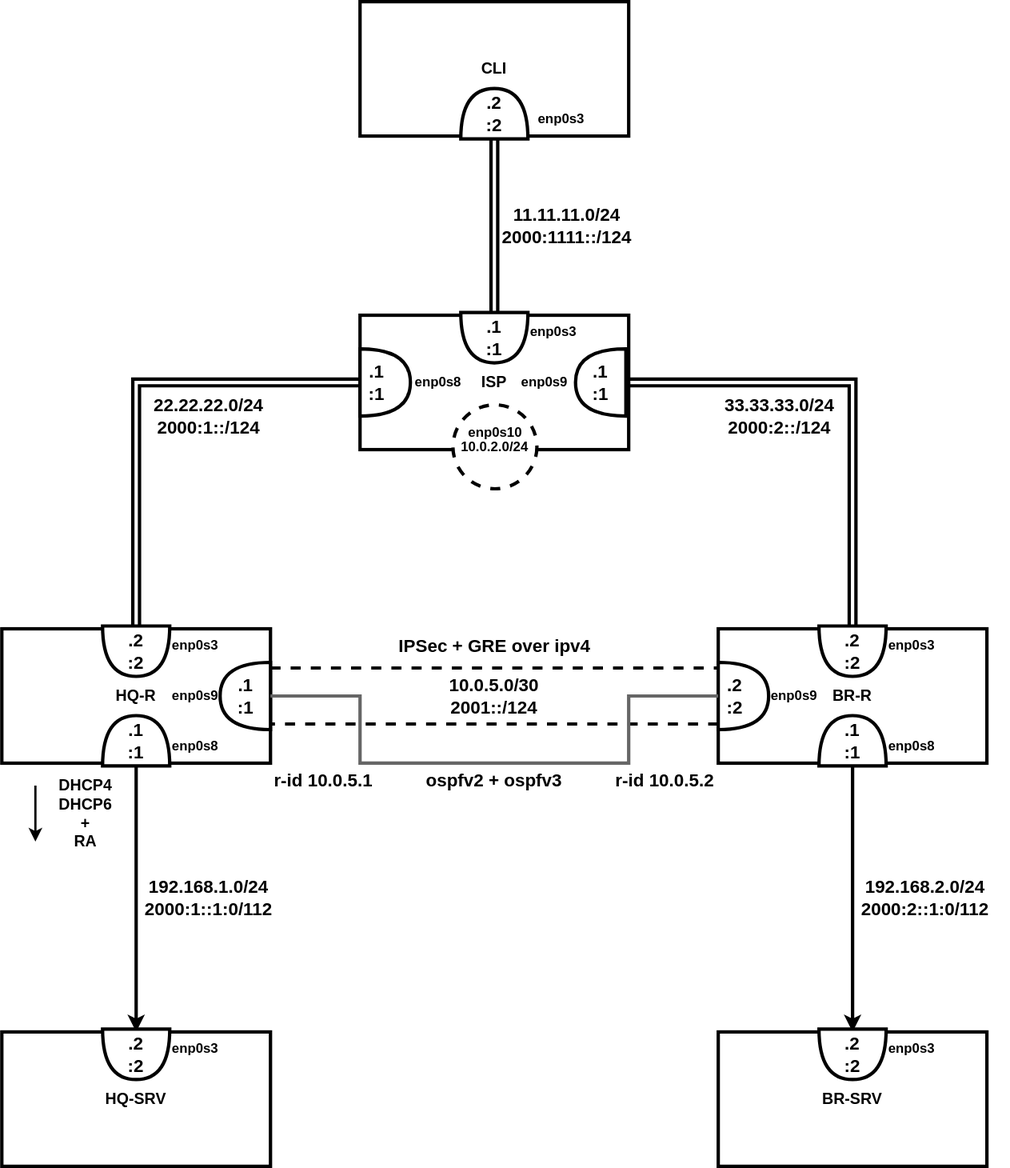
This is demo.svg from Ivashkka/demo_exam, a draw.io export, as it was before one commit. Source tidied: cells renumbered, new cells last; positions are measured from the earlier drawing's top-left corner, leaving out a move shared by most shapes.
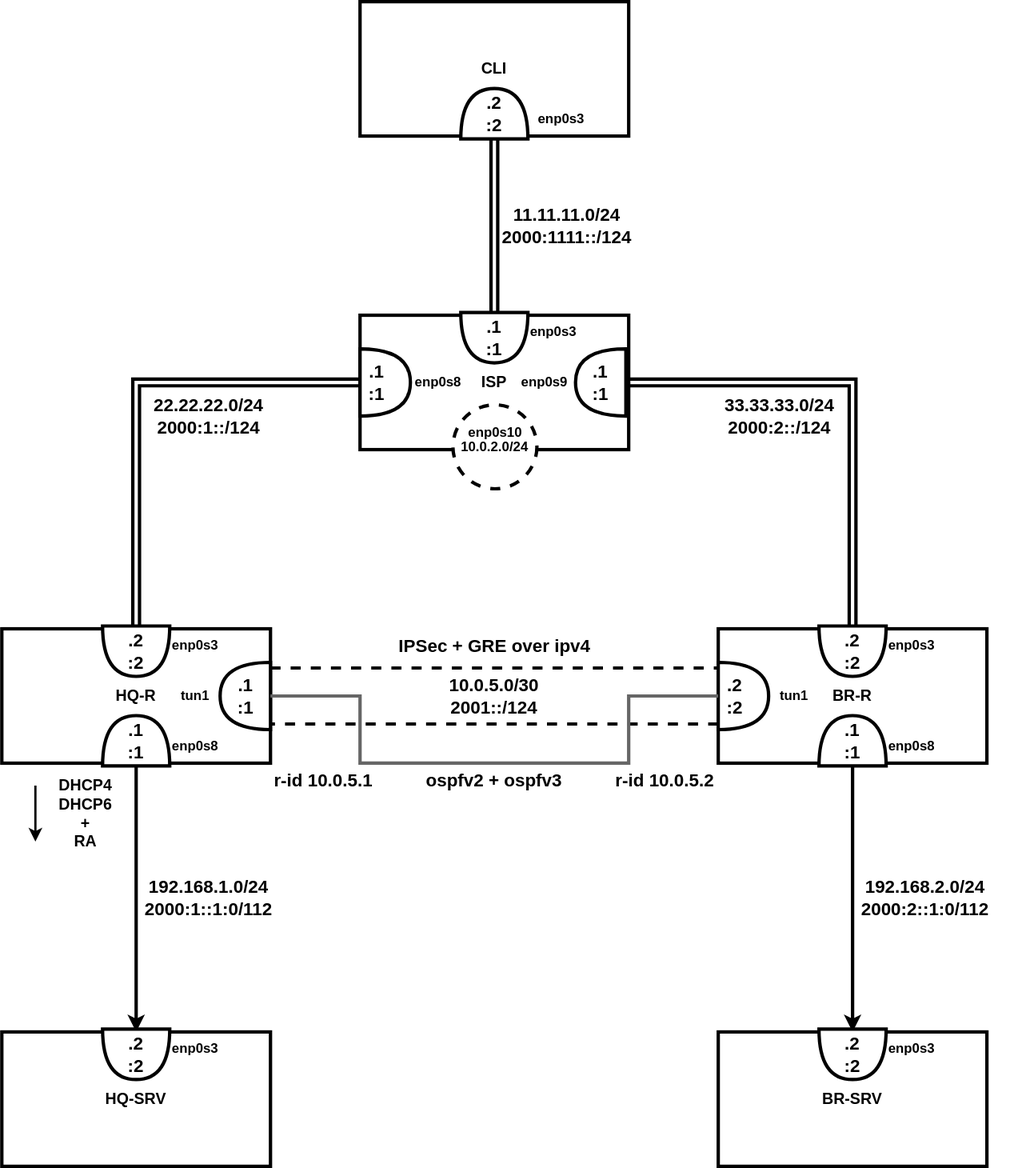
After the change.

The edit, as a diff of the source:
```diff
@@ -169,10 +169,10 @@
     <mxCell id="54" value="&lt;b style=&quot;border-color: var(--border-color);&quot;&gt;enp0s3&lt;/b&gt;" style="text;html=1;strokeColor=none;fillColor=none;align=center;verticalAlign=middle;whiteSpace=wrap;rounded=0;" parent="1" vertex="1">
       <mxGeometry x="782.5" y="920" width="60" height="30" as="geometry" />
     </mxCell>
-    <mxCell id="55" value="&lt;b style=&quot;border-color: var(--border-color);&quot;&gt;enp0s9&lt;/b&gt;" style="text;html=1;strokeColor=none;fillColor=none;align=center;verticalAlign=middle;whiteSpace=wrap;rounded=0;" parent="1" vertex="1">
+    <mxCell id="55" value="&lt;b style=&quot;border-color: var(--border-color);&quot;&gt;tun1&lt;/b&gt;" style="text;html=1;strokeColor=none;fillColor=none;align=center;verticalAlign=middle;whiteSpace=wrap;rounded=0;" parent="1" vertex="1">
       <mxGeometry x="677.5" y="605" width="60" height="30" as="geometry" />
     </mxCell>
-    <mxCell id="56" value="&lt;b style=&quot;border-color: var(--border-color);&quot;&gt;enp0s9&lt;/b&gt;" style="text;html=1;strokeColor=none;fillColor=none;align=center;verticalAlign=middle;whiteSpace=wrap;rounded=0;" parent="1" vertex="1">
+    <mxCell id="56" value="&lt;b style=&quot;border-color: var(--border-color);&quot;&gt;tun1&lt;/b&gt;" style="text;html=1;strokeColor=none;fillColor=none;align=center;verticalAlign=middle;whiteSpace=wrap;rounded=0;" parent="1" vertex="1">
       <mxGeometry x="142.5" y="605" width="60" height="30" as="geometry" />
     </mxCell>
     <mxCell id="57" value="&lt;font style=&quot;font-size: 16px;&quot;&gt;&lt;b&gt;IPSec + GRE over ipv4&lt;/b&gt;&lt;/font&gt;" style="text;html=1;strokeColor=none;fillColor=none;align=center;verticalAlign=middle;whiteSpace=wrap;rounded=0;" parent="1" vertex="1">
```
